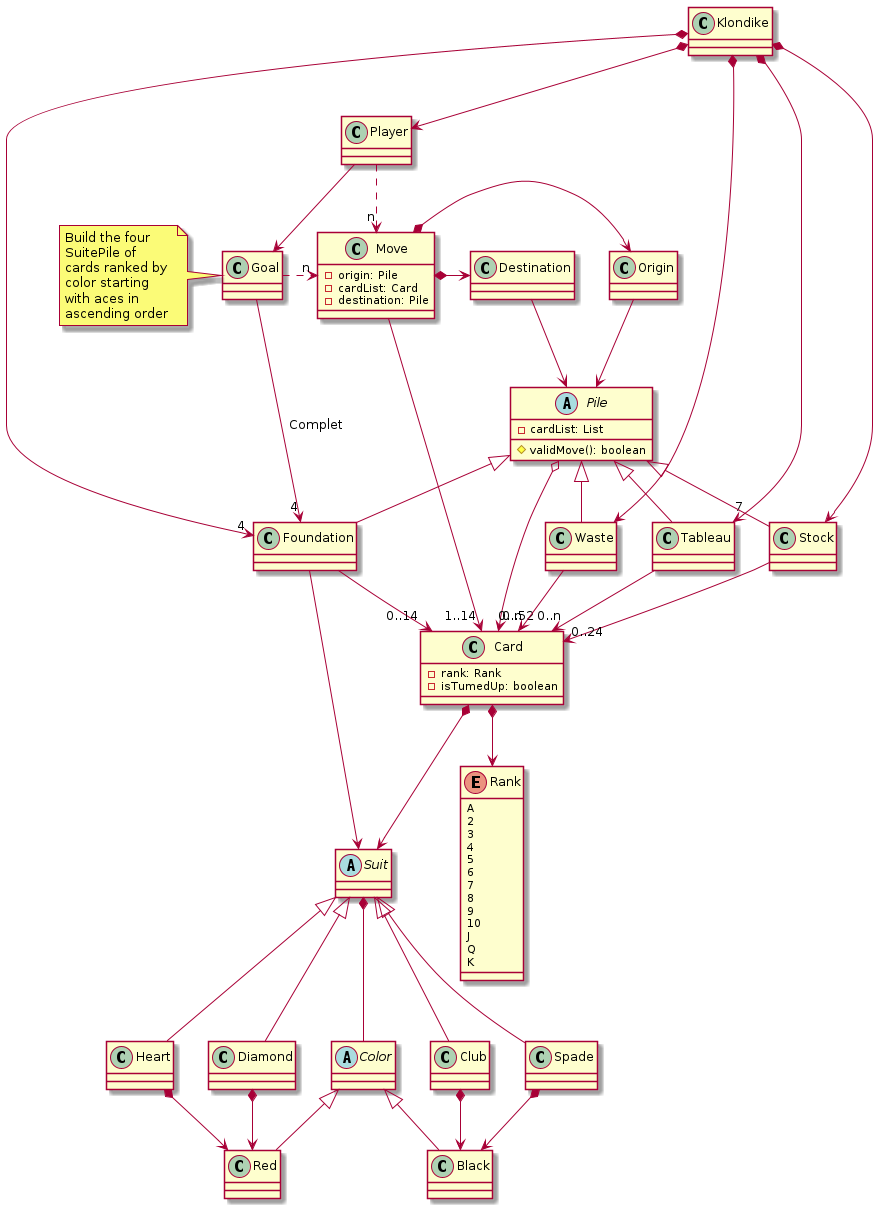
Earlier version of the PlantUML export tech-plantuml/game-klondike/semanaActual/docs/images/Vocabulary.png (USantaTecla-ed-mpds/lab-dijkstra).
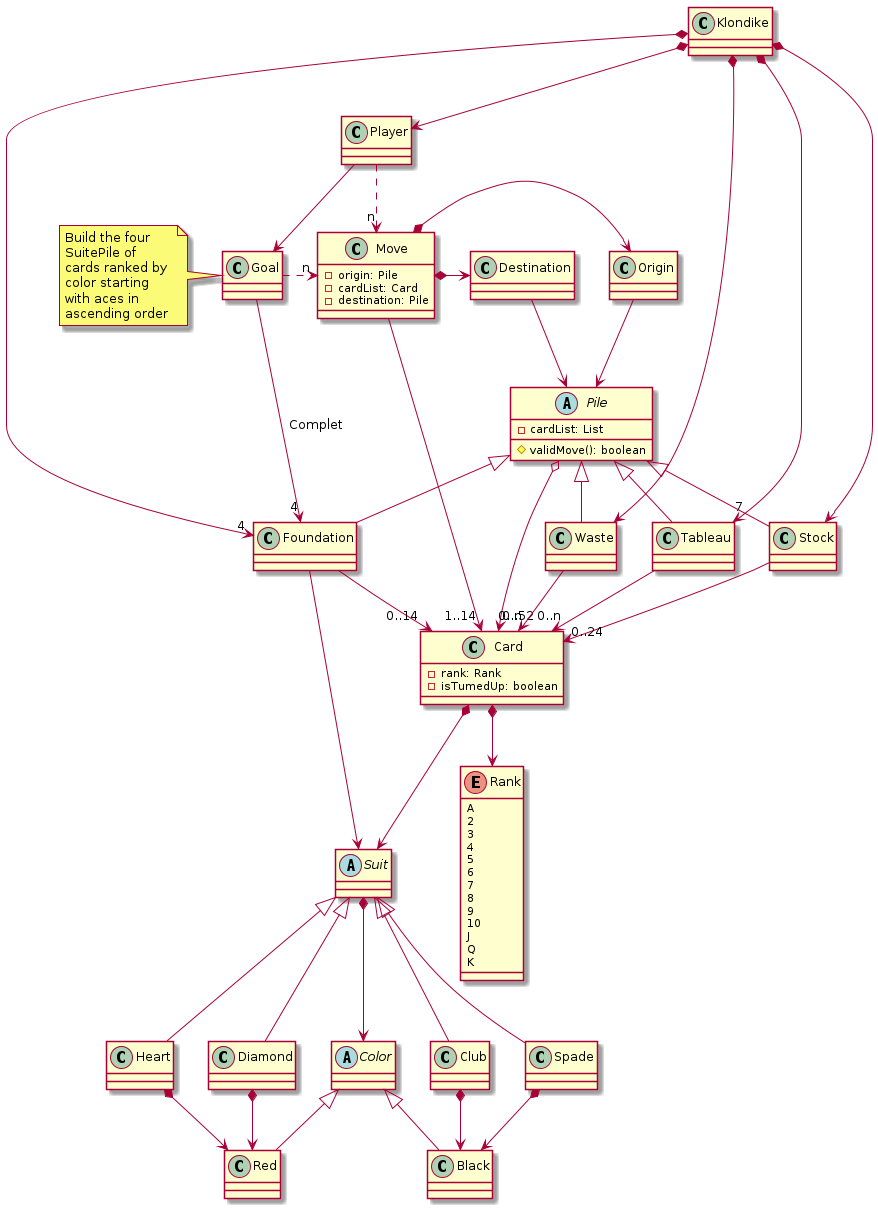
The same diagram one commit later.

Commit message:
Modificando diagrama

What changed in the source:
```diff
@@ -90,7 +90,7 @@
 Suit <|-down- Spade
 Suit <|-down- Diamond
 Suit <|-down- Heart
-Suit *-down- Color
+Suit *-down-> Color
 
 Foundation -down-> Suit
 Foundation -down-> "0..14" Card
```
